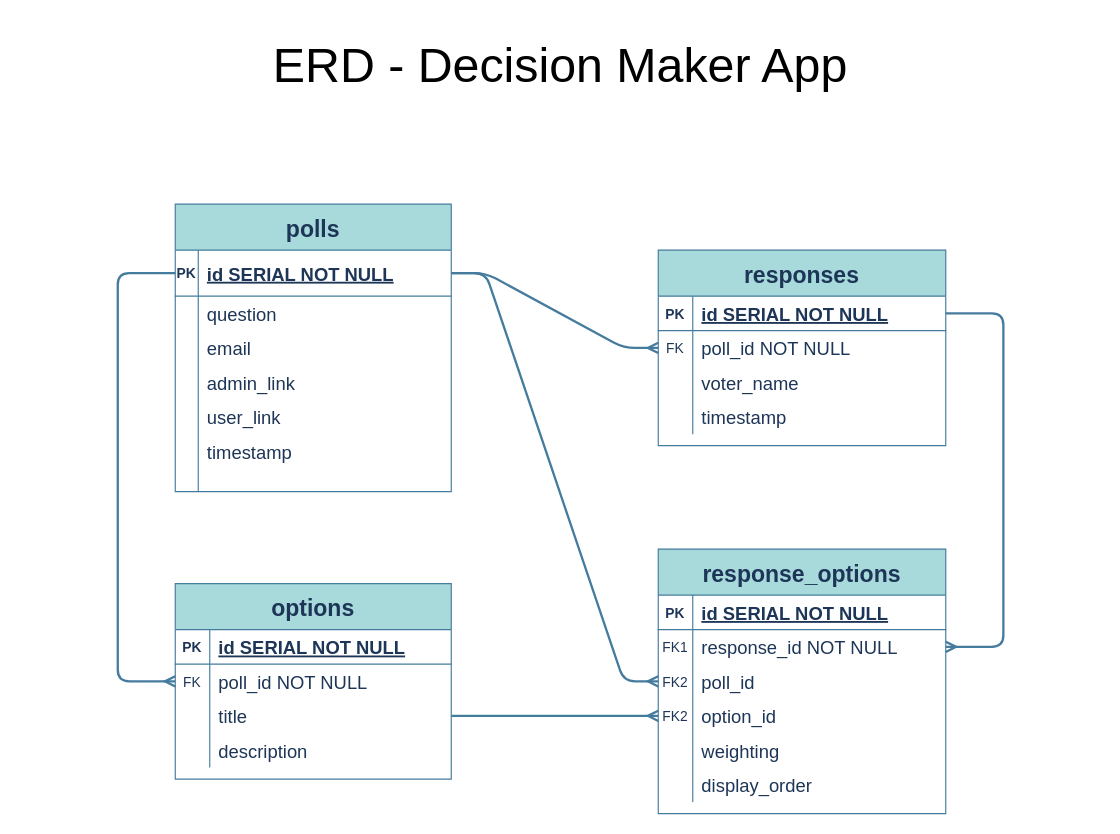
Earlier version of the draw.io diagram docs/ERD.drawio (gybubest/midterm). Source tidied: cells renumbered, new cells numbered last; positions are measured from the earlier drawing's top-left corner, leaving out a move shared by most shapes. Both pictures are drawn from the tidied source at 115%, with x=0, y=0 at pixel (20, 20).
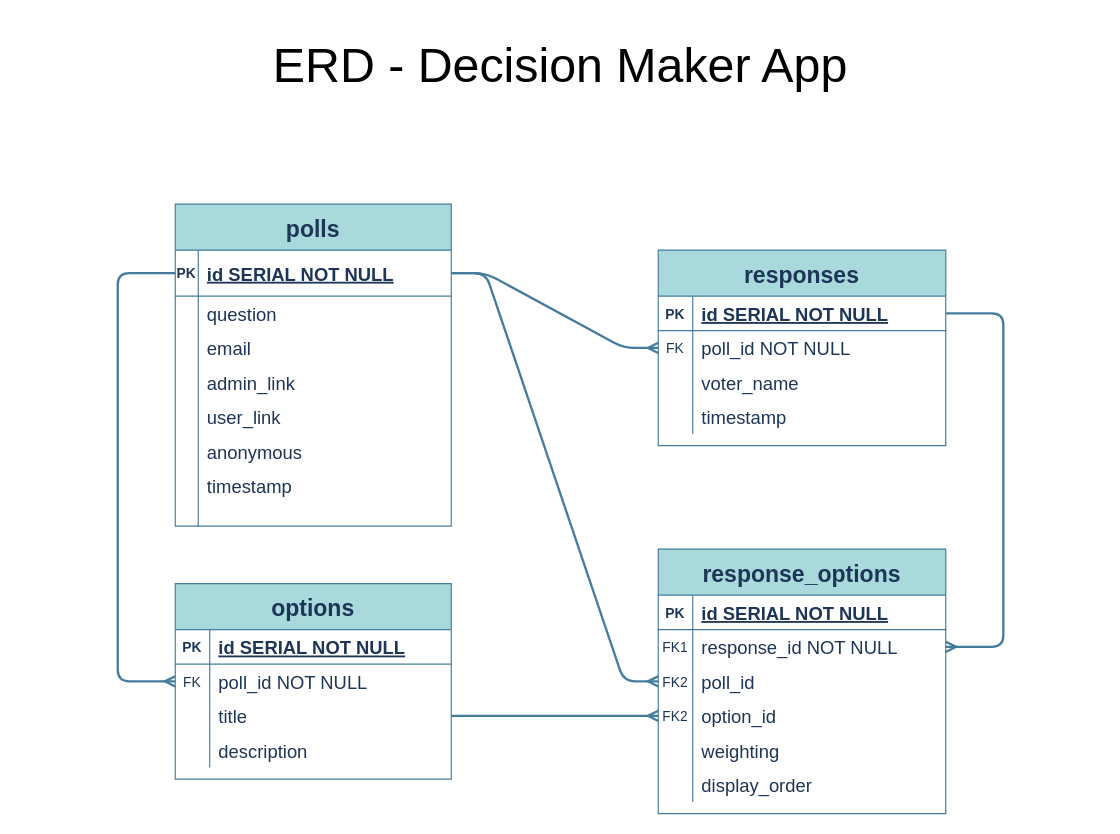
The same diagram, later.

Commit message:
Update ERD.drawio - added anonymous field to polls table

The edit, as a diff of the source:
```diff
@@
     <mxCell id="16" value="polls" style="shape=table;startSize=40;childLayout=tableLayout;rowLines=0;fontStyle=1;align=center;fontSize=20;fillColor=#A8DADC;strokeColor=#457B9D;fontColor=#1D3557;" parent="1" vertex="1">
-      <mxGeometry x="134.9" y="160" width="240" height="250" as="geometry" />
+      <mxGeometry x="134.9" y="160" width="240" height="280" as="geometry" />
     </mxCell>
@@
+    <mxCell id="75" style="shape=partialRectangle;fillColor=none;top=0;left=0;right=0;bottom=0;strokeColor=#457B9D;fontColor=#1D3557;" parent="16" vertex="1">
+      <mxGeometry y="200" width="240" height="30" as="geometry" />
+    </mxCell>
+    <mxCell id="76" style="shape=partialRectangle;overflow=hidden;fillColor=none;top=0;left=0;bottom=0;right=0;strokeColor=#457B9D;fontColor=#1D3557;" parent="75" vertex="1">
+      <mxGeometry width="20" height="30" as="geometry" />
+    </mxCell>
+    <mxCell id="77" value="anonymous" style="shape=partialRectangle;overflow=hidden;fillColor=none;top=0;left=0;bottom=0;right=0;align=left;spacingLeft=6;verticalAlign=middle;fontSize=16;strokeColor=#457B9D;fontColor=#1D3557;" parent="75" vertex="1">
+      <mxGeometry x="20" width="220" height="30" as="geometry" />
+    </mxCell>
     <mxCell id="32" style="shape=partialRectangle;fillColor=none;top=0;left=0;right=0;bottom=0;strokeColor=#457B9D;fontColor=#1D3557;" parent="16" vertex="1">
-      <mxGeometry y="200" width="240" height="30" as="geometry" />
+      <mxGeometry y="230" width="240" height="30" as="geometry" />
     </mxCell>
@@
     <mxCell id="35" style="shape=partialRectangle;fillColor=none;top=0;left=0;right=0;bottom=0;strokeColor=#457B9D;fontColor=#1D3557;" parent="16" vertex="1">
-      <mxGeometry y="230" width="240" height="20" as="geometry" />
+      <mxGeometry y="260" width="240" height="20" as="geometry" />
     </mxCell>
```
